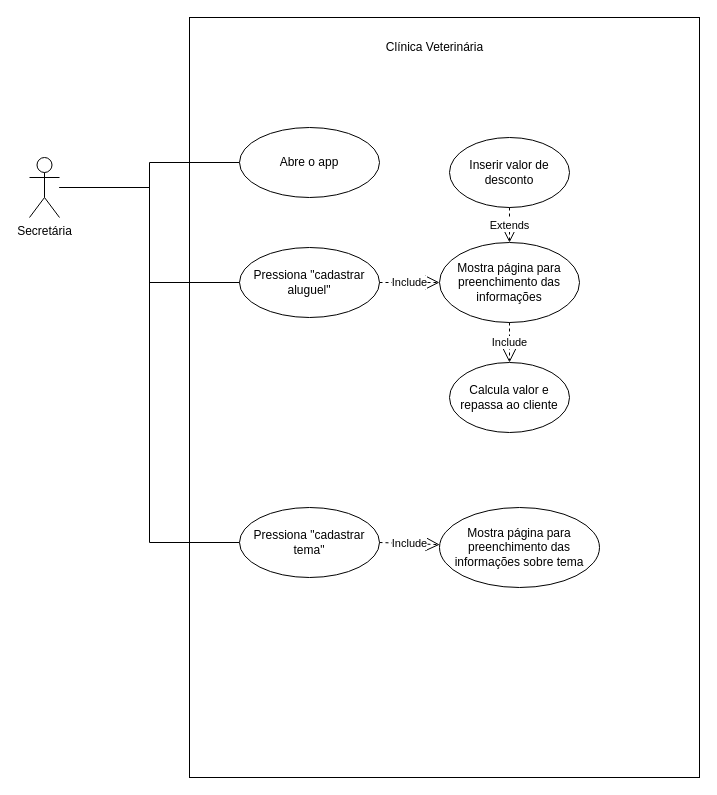
Before: Atividade 03 - Caso de Uso.drawio in bruniculos08/AMS0001, a draw.io diagram. Source tidied: cells renumbered, new cells numbered last; positions are measured from the earlier drawing's top-left corner, leaving out a move shared by most shapes. Both pictures are drawn from the tidied source at 100%, with x=0, y=0 at pixel (29, 17).
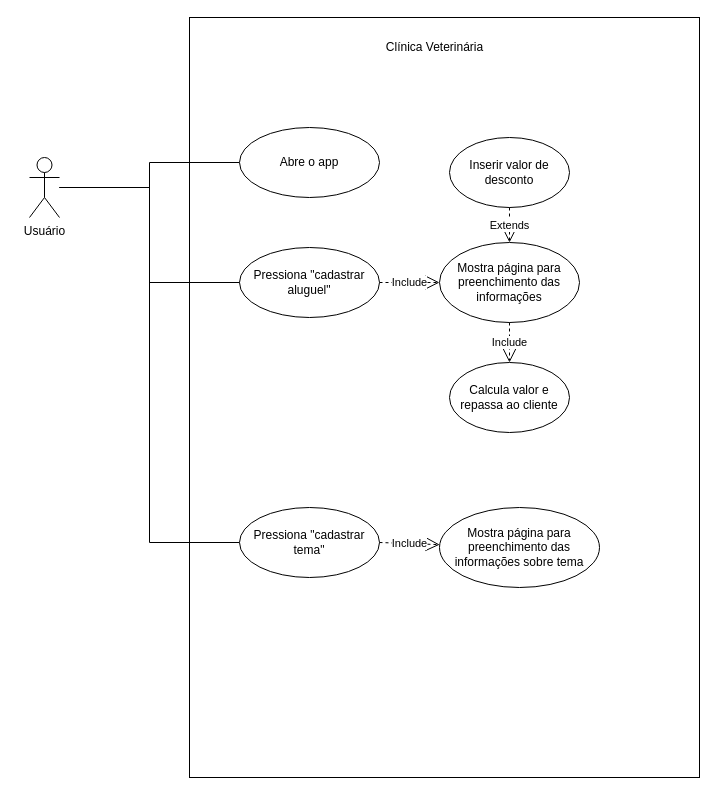
The same page after the edit.

The edit, as a diff of the source:
```diff
@@
 <mxGraphModel>
   <root>
     <mxCell id="0" />
     <mxCell id="1" parent="0" />
     <mxCell id="2" style="html=1;" parent="1" vertex="1">
       <mxGeometry x="160" width="510" height="760" as="geometry" />
     </mxCell>
     <mxCell id="3" value="Pressiona &quot;cadastrar aluguel&quot;" style="ellipse;whiteSpace=wrap;html=1;" parent="1" vertex="1">
       <mxGeometry x="210" y="230" width="140" height="70" as="geometry" />
     </mxCell>
     <mxCell id="4" value="Clínica Veterinária" style="text;html=1;align=center;verticalAlign=middle;fillColor=none;strokeColor=none;rounded=0;" parent="1" vertex="1">
       <mxGeometry x="350" y="20" width="110" height="20" as="geometry" />
     </mxCell>
     <mxCell id="5" value="Mostra página para preenchimento das informações" style="ellipse;whiteSpace=wrap;html=1;" parent="1" vertex="1">
       <mxGeometry x="410" y="225" width="140" height="80" as="geometry" />
     </mxCell>
     <mxCell id="6" value="Include" style="endArrow=open;endSize=12;dashed=1;html=1;rounded=0;exitX=1;exitY=0.5;exitDx=0;exitDy=0;entryX=0;entryY=0.5;entryDx=0;entryDy=0;" parent="1" edge="1" source="3" target="5">
       <mxGeometry relative="1" as="geometry" />
     </mxCell>
     <mxCell id="7" value="Inserir valor de desconto" style="ellipse;whiteSpace=wrap;html=1;" parent="1" vertex="1">
       <mxGeometry x="420" y="120" width="120" height="70" as="geometry" />
     </mxCell>
     <mxCell id="8" value="Extends" style="endArrow=open;endSize=12;dashed=1;html=1;rounded=0;" parent="1" edge="1" source="7" target="5">
       <mxGeometry relative="1" as="geometry" />
     </mxCell>
     <mxCell id="9" style="edgeStyle=orthogonalEdgeStyle;rounded=0;jettySize=auto;html=1;entryX=0;entryY=0.5;entryDx=0;entryDy=0;endArrow=none;endFill=0;" parent="1" edge="1" source="12" target="3">
       <mxGeometry relative="1" as="geometry" />
     </mxCell>
     <mxCell id="10" style="edgeStyle=orthogonalEdgeStyle;rounded=0;jettySize=auto;html=1;entryX=0;entryY=0.5;entryDx=0;entryDy=0;endArrow=none;endFill=0;" parent="1" edge="1" source="12" target="13">
       <mxGeometry relative="1" as="geometry" />
     </mxCell>
     <mxCell id="11" style="edgeStyle=orthogonalEdgeStyle;rounded=0;jettySize=auto;html=1;entryX=0;entryY=0.5;entryDx=0;entryDy=0;endArrow=none;endFill=0;" parent="1" edge="1" source="12" target="14">
       <mxGeometry relative="1" as="geometry" />
     </mxCell>
-    <mxCell id="12" value="Secretária" style="shape=umlActor;verticalLabelPosition=bottom;verticalAlign=top;html=1;" parent="1" vertex="1">
+    <mxCell id="12" value="Usuário" style="shape=umlActor;verticalLabelPosition=bottom;verticalAlign=top;html=1;" parent="1" vertex="1">
       <mxGeometry y="140" width="30" height="60" as="geometry" />
     </mxCell>
     <mxCell id="13" value="Abre o app" style="ellipse;whiteSpace=wrap;html=1;" parent="1" vertex="1">
       <mxGeometry x="210" y="110" width="140" height="70" as="geometry" />
     </mxCell>
     <mxCell id="14" value="Pressiona &quot;cadastrar tema&quot;" style="ellipse;whiteSpace=wrap;html=1;" parent="1" vertex="1">
       <mxGeometry x="210" y="490" width="140" height="70" as="geometry" />
     </mxCell>
     <mxCell id="15" value="Mostra página para preenchimento das informações sobre tema" style="ellipse;whiteSpace=wrap;html=1;" parent="1" vertex="1">
       <mxGeometry x="410" y="490" width="160" height="80" as="geometry" />
     </mxCell>
     <mxCell id="16" value="Include" style="endArrow=open;endSize=12;dashed=1;html=1;rounded=0;exitX=1;exitY=0.5;exitDx=0;exitDy=0;" parent="1" edge="1" source="14" target="15">
       <mxGeometry relative="1" as="geometry" />
     </mxCell>
     <mxCell id="17" value="Calcula valor e repassa ao cliente" style="ellipse;whiteSpace=wrap;html=1;" parent="1" vertex="1">
       <mxGeometry x="420" y="345" width="120" height="70" as="geometry" />
     </mxCell>
     <mxCell id="18" value="Include" style="endArrow=open;endSize=12;dashed=1;html=1;rounded=0;exitX=0.5;exitY=1;exitDx=0;exitDy=0;entryX=0.5;entryY=0;entryDx=0;entryDy=0;" parent="1" edge="1" source="5" target="17">
       <mxGeometry relative="1" as="geometry" />
     </mxCell>
   </root>
 </mxGraphModel>
```
